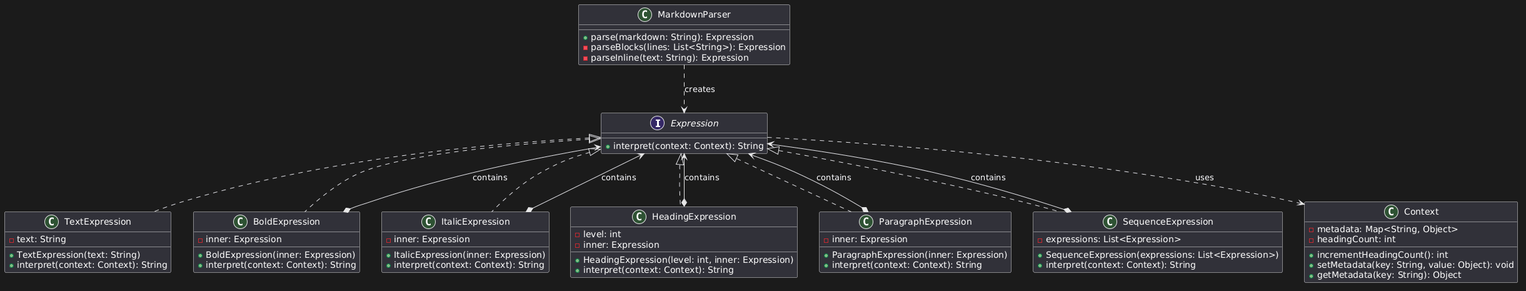
The PlantUML diagram classDiagram.png in leo-braida/interpreter, before a commit.
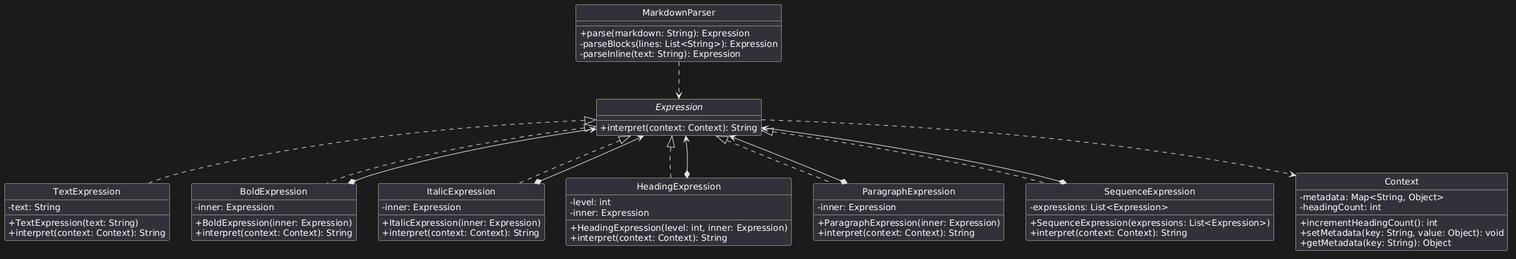
After the change.

Diff of the diagram source:
```diff
@@ -1,4 +1,7 @@
 @startuml
+skinparam style strictuml
+skinparam classAttributeIconSize 0
+
 interface Expression {
     + interpret(context: Context): String
 }
@@ -54,11 +57,11 @@
     - parseInline(text: String): Expression
 }
 
-Expression ..> Context : uses
-BoldExpression *--> Expression : contains
-ItalicExpression *--> Expression : contains
-HeadingExpression *--> Expression : contains
-ParagraphExpression *--> Expression : contains
-SequenceExpression *--> Expression : contains
-MarkdownParser ..> Expression : creates
+Expression ..> Context
+BoldExpression *--> Expression
+ItalicExpression *--> Expression
+HeadingExpression *--> Expression
+ParagraphExpression *--> Expression
+SequenceExpression *--> Expression
+MarkdownParser ..> Expression
 @enduml
```
